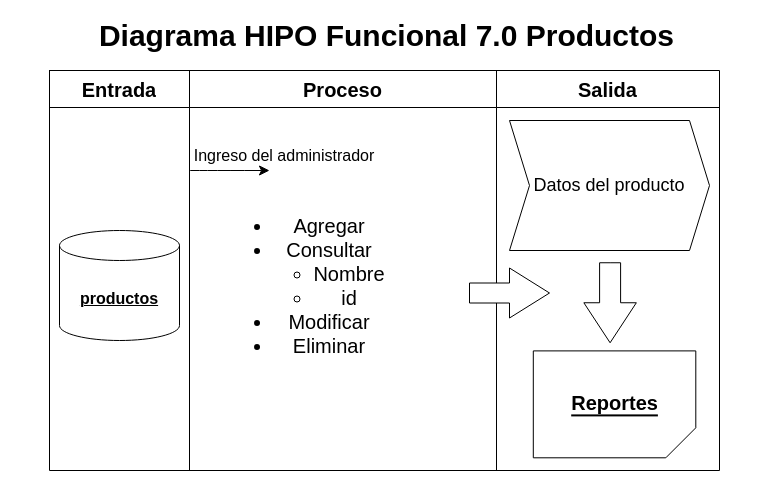
Earlier version of the draw.io diagram page "7.0 - Productos" (7 of 13) of Documentos/Diagramas_HIPO/HIPO_Funcionales.drawio (jurdanetac/ingsoftware). Source tidied: cells renumbered, new cells numbered last; positions are measured from the earlier drawing's top-left corner, leaving out a move shared by most shapes. Both pictures are drawn from the tidied source at 100%, with x=0, y=0 at pixel (19, 20).
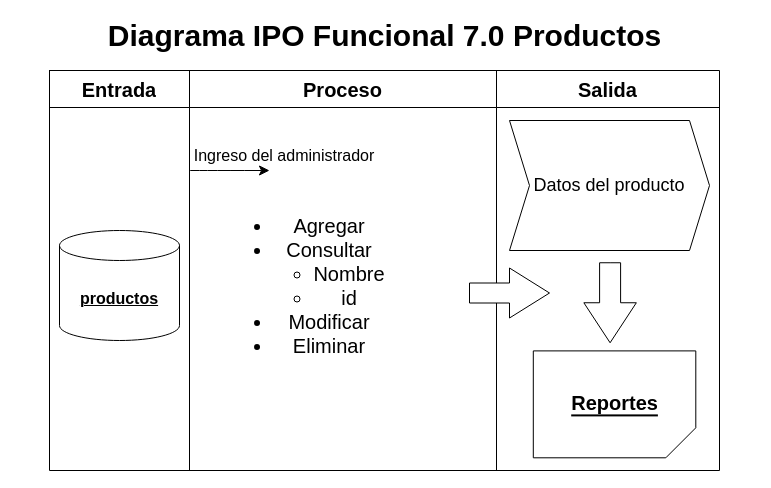
The same page after the edit.

The edit, as a diff of the source:
```diff
@@
-    <mxCell id="18" value="&lt;font style=&quot;font-size: 30px;&quot;&gt;Diagrama HIPO Funcional 7.0 Productos&lt;/font&gt;" style="text;html=1;align=center;verticalAlign=middle;whiteSpace=wrap;rounded=0;fontSize=16;fontStyle=1;" parent="1" vertex="1">
-      <mxGeometry width="735" height="30" as="geometry" />
+    <mxCell id="18" value="&lt;font style=&quot;font-size: 30px;&quot;&gt;Diagrama IPO Funcional 7.0 Productos&lt;/font&gt;" style="text;html=1;align=center;verticalAlign=middle;whiteSpace=wrap;rounded=0;fontSize=16;fontStyle=1;" parent="1" vertex="1">
+      <mxGeometry x="-2" width="735" height="30" as="geometry" />
     </mxCell>
```
